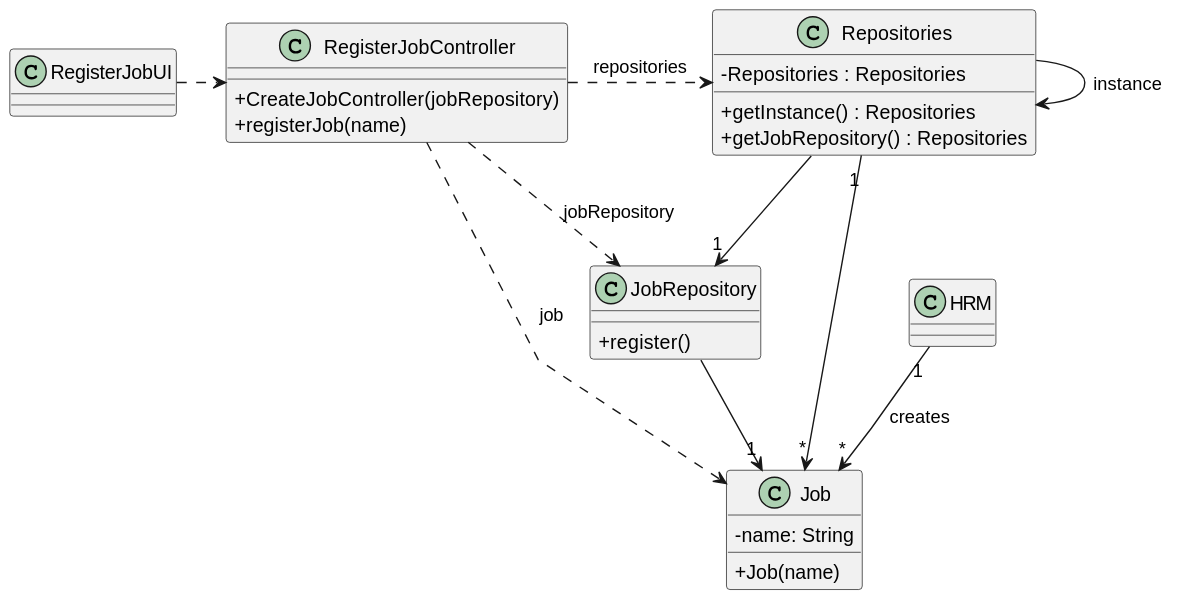
The PlantUML diagram docs/sprintB/us002/03.design/svg/us002-class-diagram.svg in diogoveirospro/lei-24-s2-1dg-g072, before a commit.
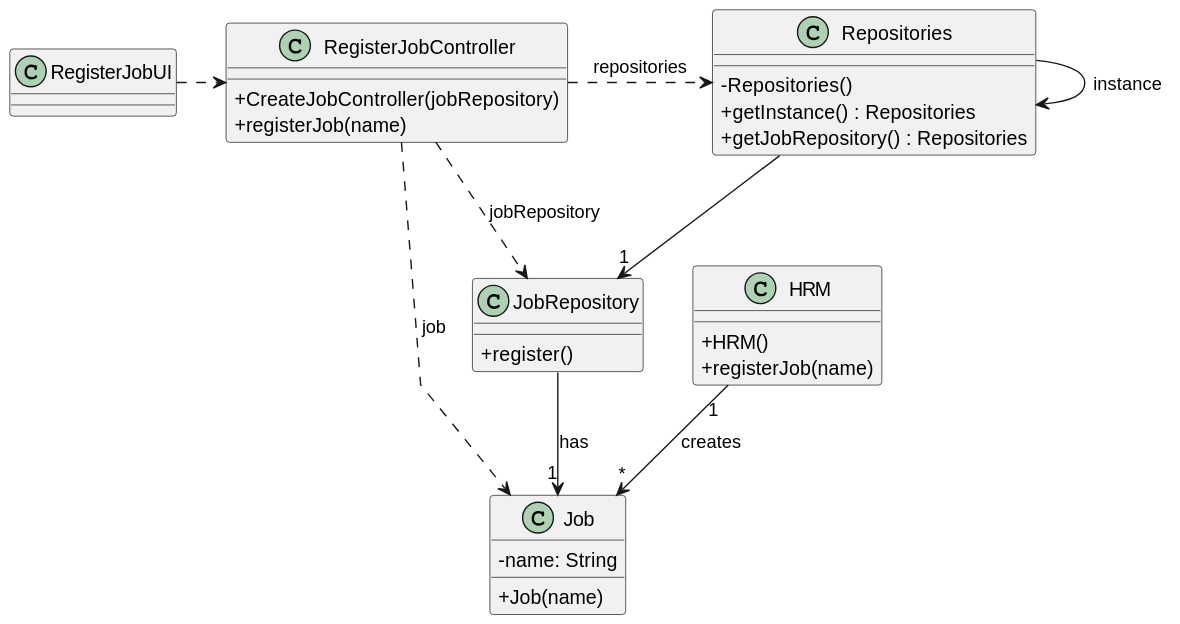
After the change.

Commit message:
I've finalised the class diagram for US05 and made a few tweaks to the one for US2

Diff of the diagram source:
```diff
@@ -13,6 +13,9 @@
 }
 
 class HRM {
+    + HRM()
+    + registerJob(name)
+
 }
 
 class RegisterJobUI {
@@ -25,7 +28,7 @@
 }
 
 class Repositories {
-    - Repositories : Repositories
+    - Repositories()
     + getInstance() : Repositories
     + getJobRepository() : Repositories
 }
@@ -36,12 +39,11 @@
 
 
 HRM "1" --> "*" Job : creates
-Repositories "1" --> "*" Job
 RegisterJobUI .> RegisterJobController
 RegisterJobController .> Repositories : repositories
 Repositories --> Repositories : instance
 Repositories --> "1" JobRepository
-JobRepository --> "1" Job
+JobRepository --> "1" Job : has
 RegisterJobController .> JobRepository : jobRepository
 RegisterJobController .> Job : job
 @enduml
```
